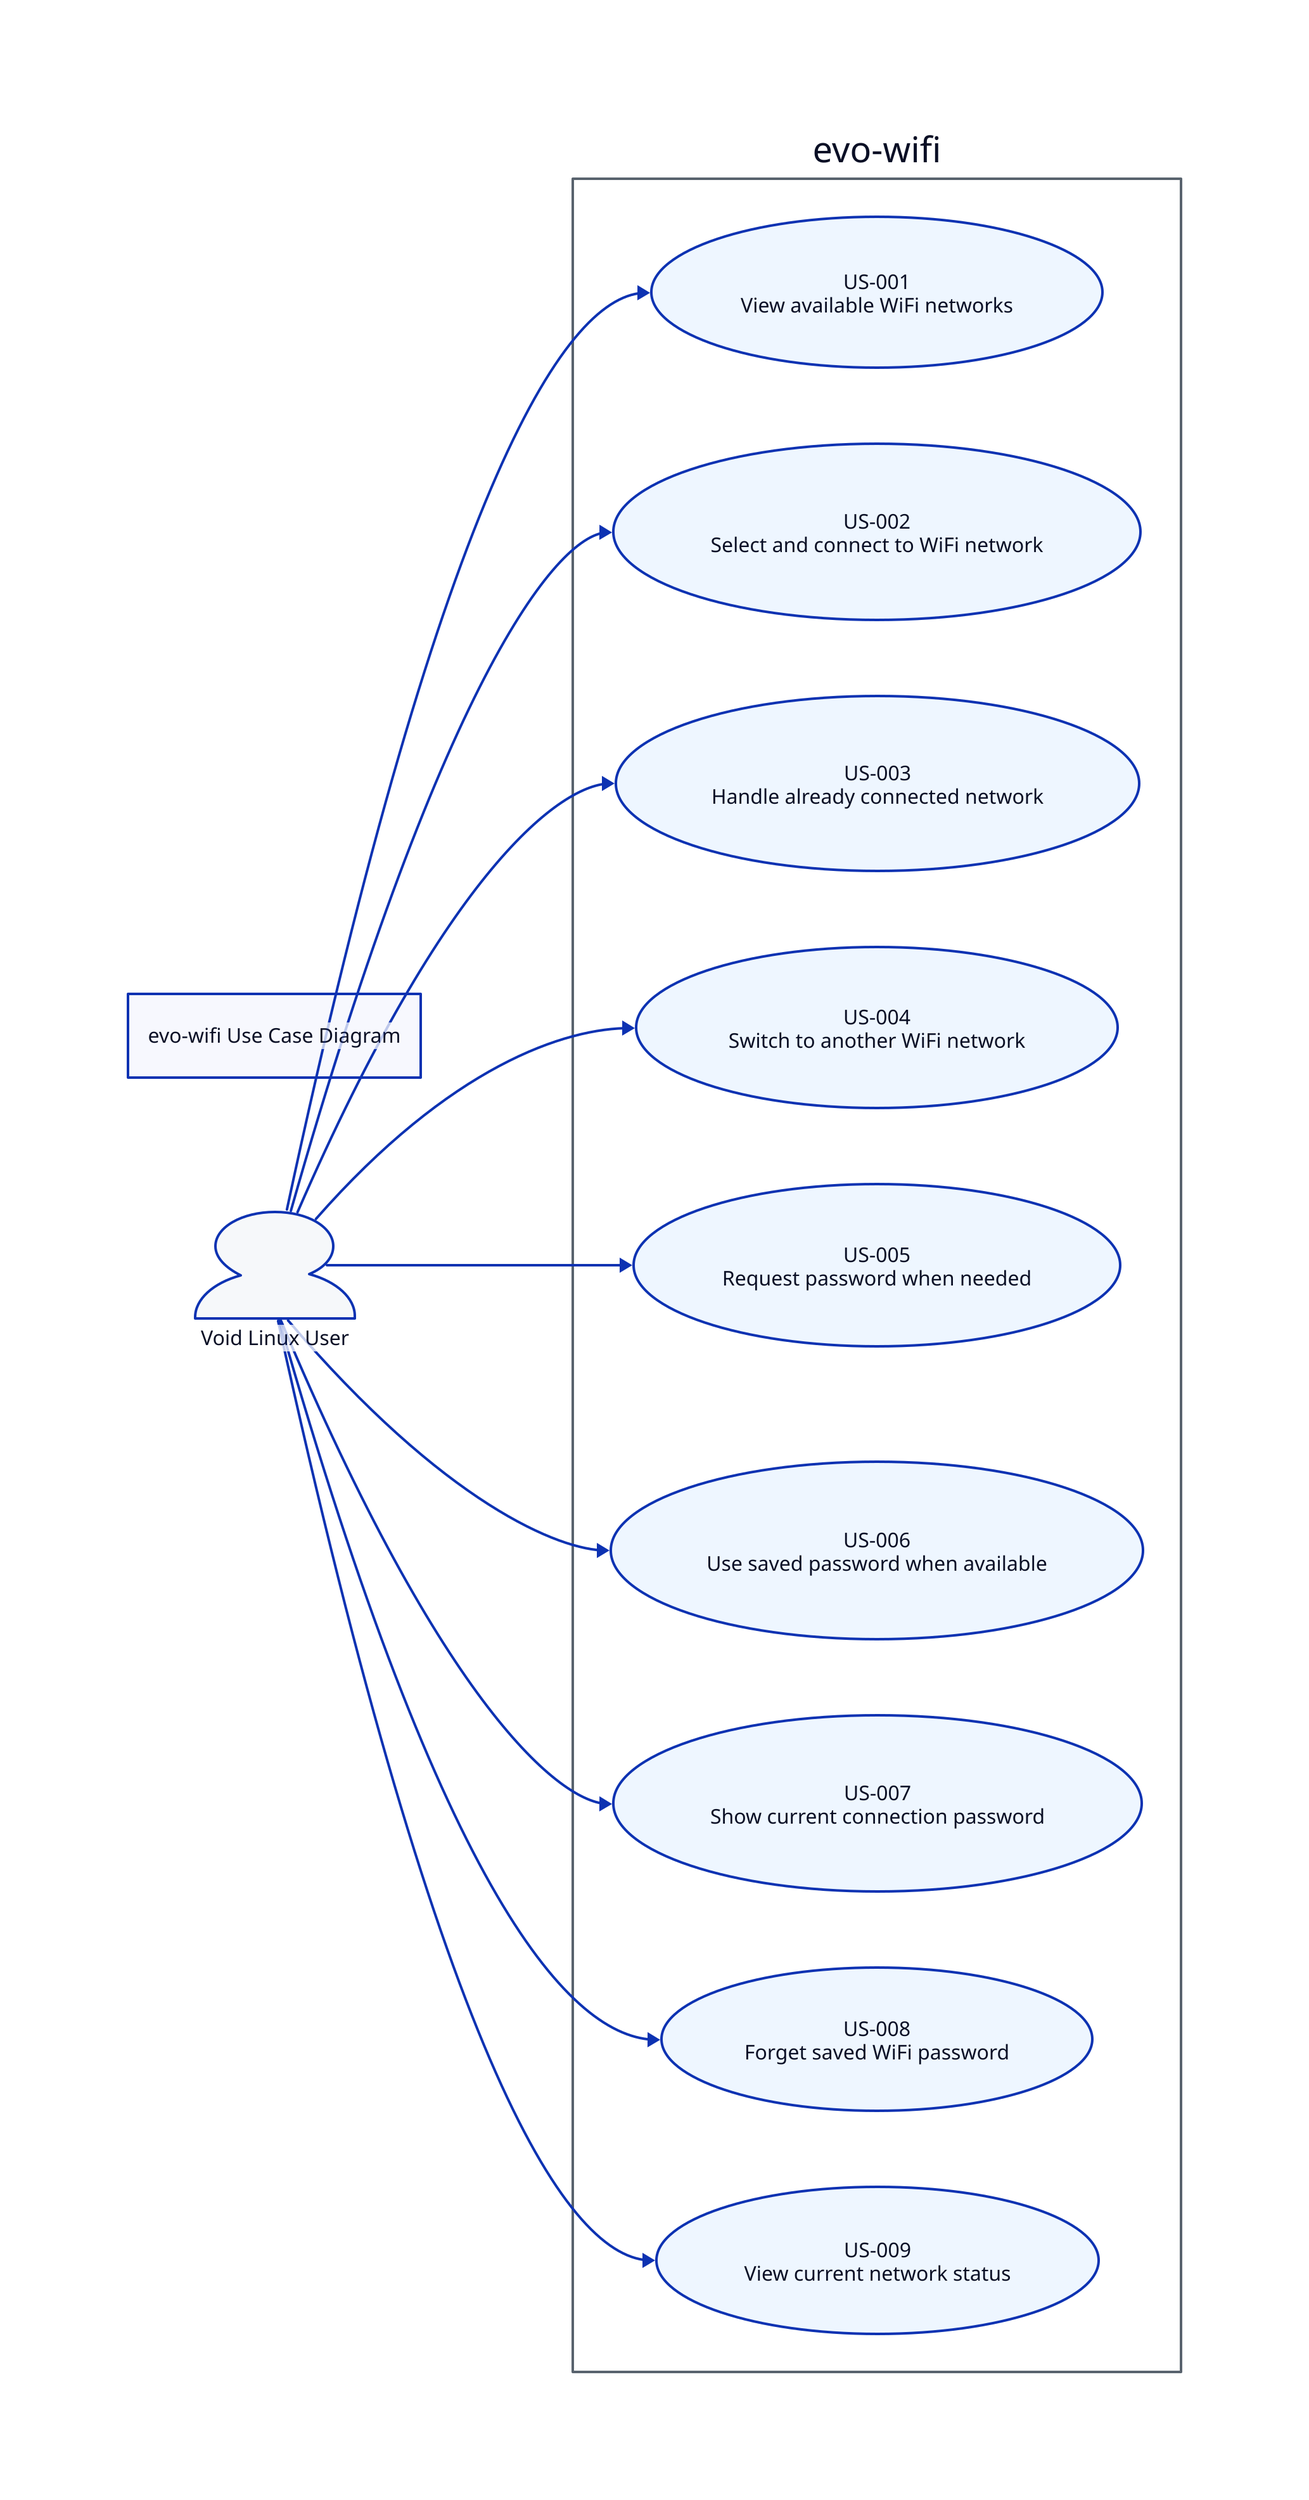
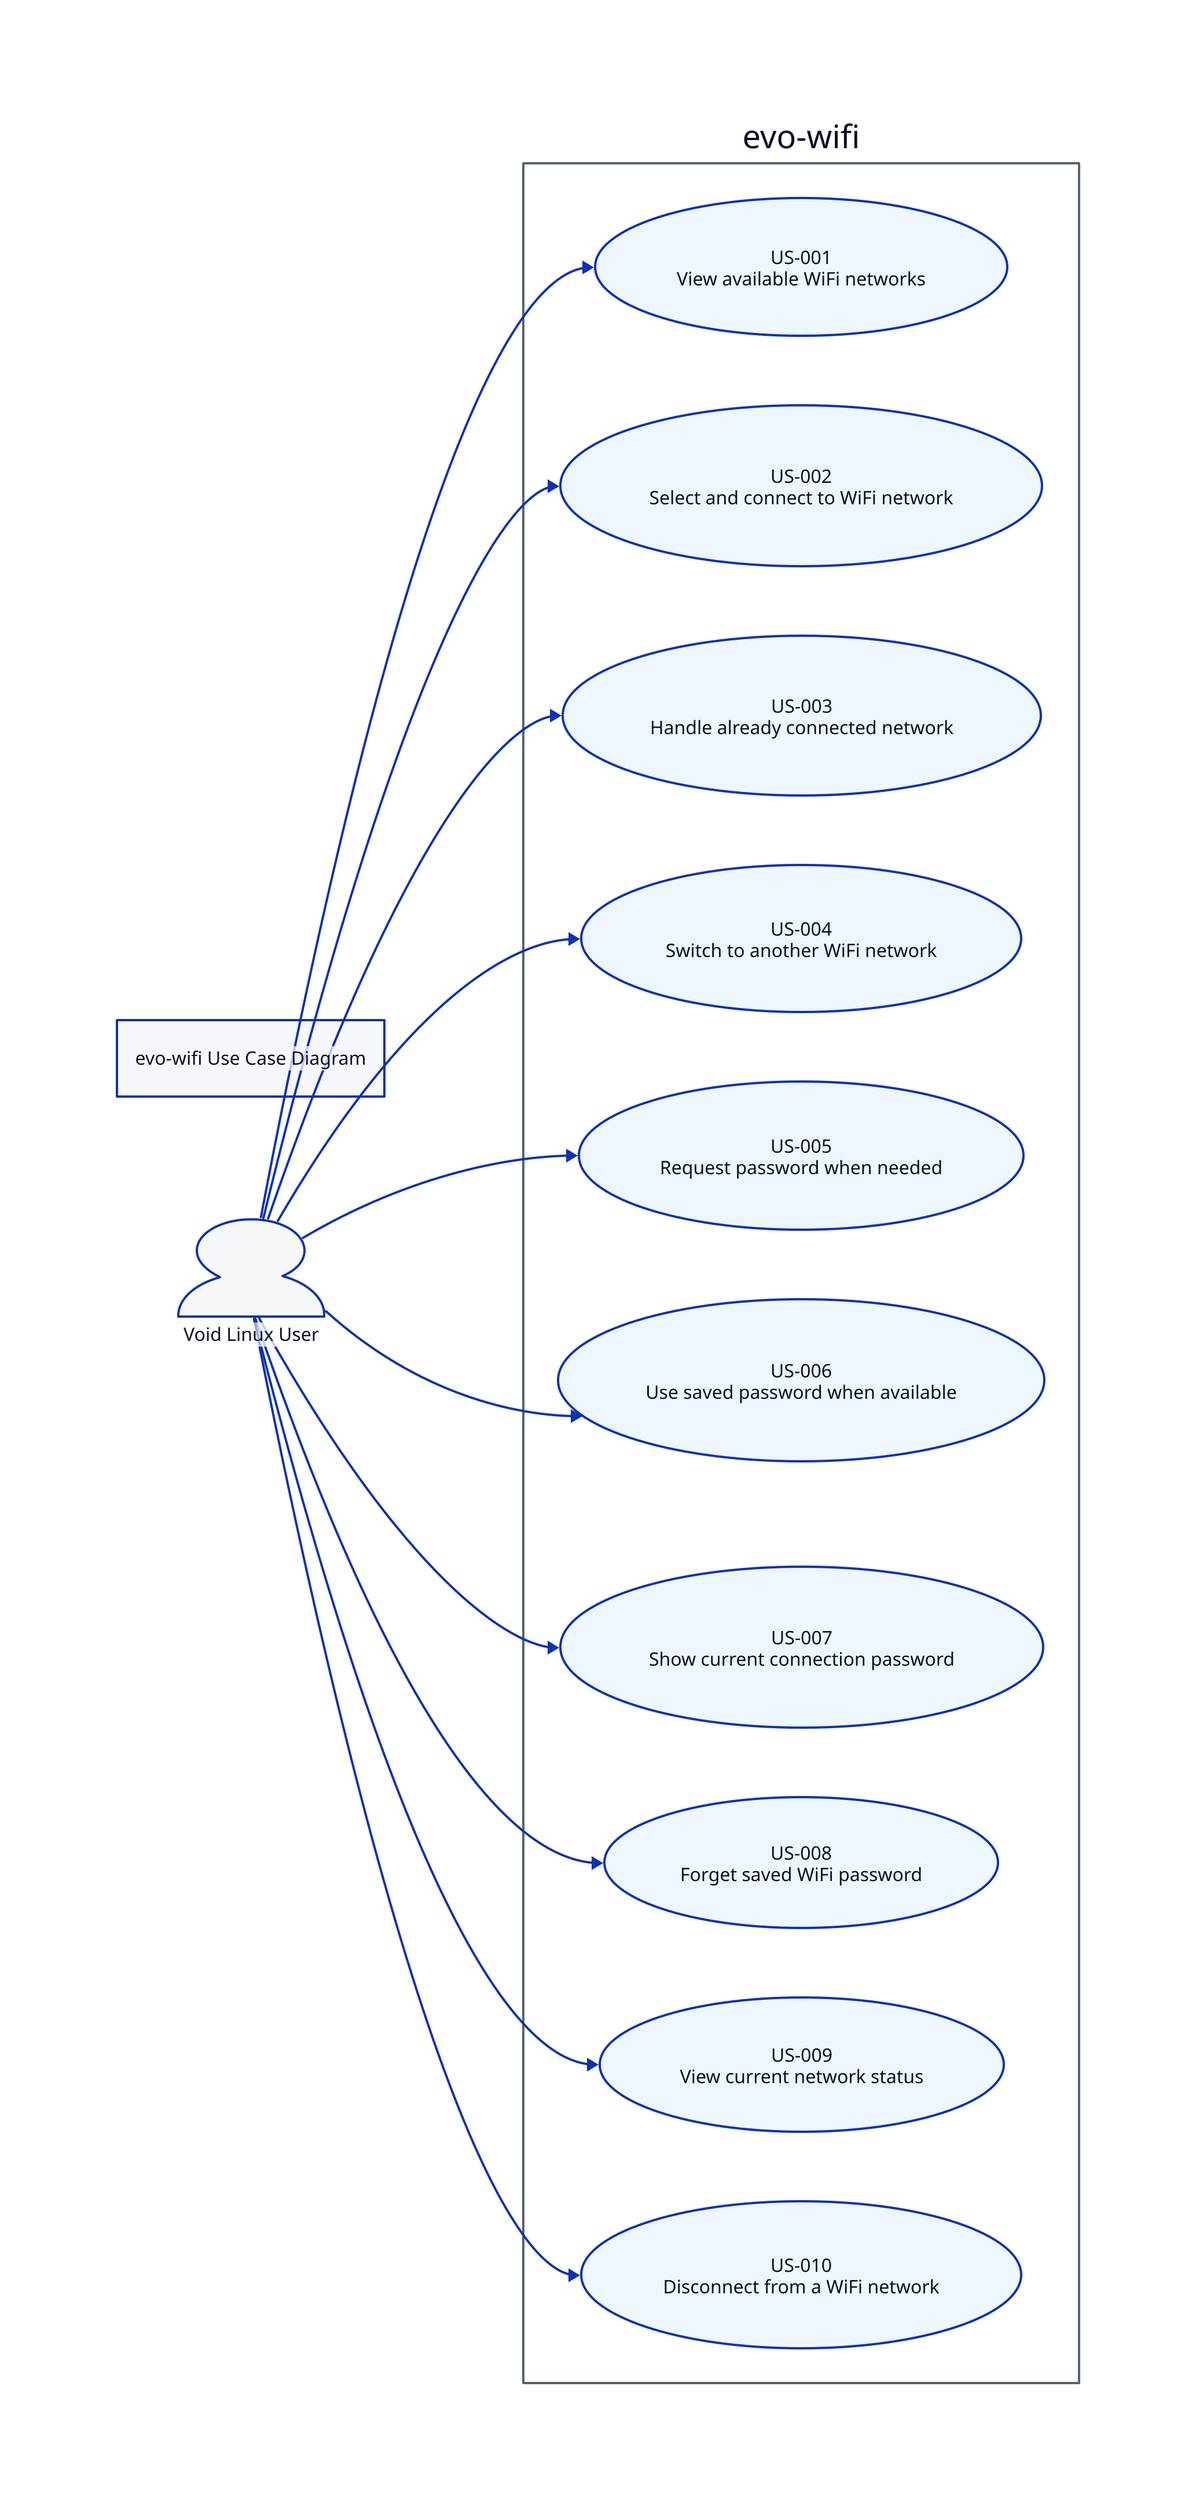
title: "evo-wifi Use Case Diagram"
direction: right

vars: {
  actor-fill: "#f6f8fa"
  use-case-fill: "#eef6ff"
  boundary-fill: "#ffffff"
  stroke: "#59636e"
}

user: {
  label: "Void Linux User"
  shape: person
  style.fill: ${actor-fill}
}

evo_wifi: {
  label: "evo-wifi"
  style.fill: ${boundary-fill}
  style.stroke: ${stroke}

  us_001: {
    label: "US-001\nView available WiFi networks"
    shape: oval
    style.fill: ${use-case-fill}
  }

  us_002: {
    label: "US-002\nSelect and connect to WiFi network"
    shape: oval
    style.fill: ${use-case-fill}
  }

  us_003: {
    label: "US-003\nHandle already connected network"
    shape: oval
    style.fill: ${use-case-fill}
  }

  us_004: {
    label: "US-004\nSwitch to another WiFi network"
    shape: oval
    style.fill: ${use-case-fill}
  }

  us_005: {
    label: "US-005\nRequest password when needed"
    shape: oval
    style.fill: ${use-case-fill}
  }

  us_006: {
    label: "US-006\nUse saved password when available"
    shape: oval
    style.fill: ${use-case-fill}
  }

  us_007: {
    label: "US-007\nShow current connection password"
    shape: oval
    style.fill: ${use-case-fill}
  }

  us_008: {
    label: "US-008\nForget saved WiFi password"
    shape: oval
    style.fill: ${use-case-fill}
  }

  us_009: {
    label: "US-009\nView current network status"
    shape: oval
    style.fill: ${use-case-fill}
  }
+ 
+   us_010: {
+     label: "US-010\nDisconnect from a WiFi network"
+     shape: oval
+     style.fill: ${use-case-fill}
+   }
}

user -> evo_wifi.us_001
user -> evo_wifi.us_002
user -> evo_wifi.us_003
user -> evo_wifi.us_004
user -> evo_wifi.us_005
user -> evo_wifi.us_006
user -> evo_wifi.us_007
user -> evo_wifi.us_008
user -> evo_wifi.us_009
+ user -> evo_wifi.us_010
